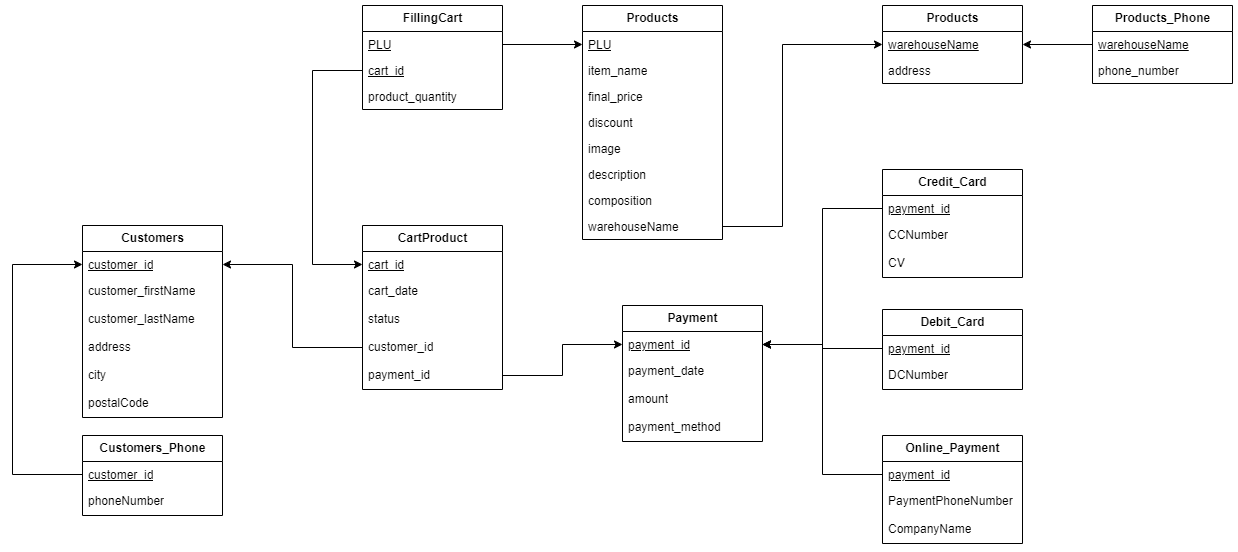
wargabasdat/Seleksi-2023-Tugas-1 keeps this draw.io diagram as Data Storing/design/Relational Diagram Indomaret.drawio.png. Above is the earlier version. Source tidied: cells renumbered, new cells last; positions are measured from the earlier drawing's top-left corner, leaving out a move shared by most shapes.
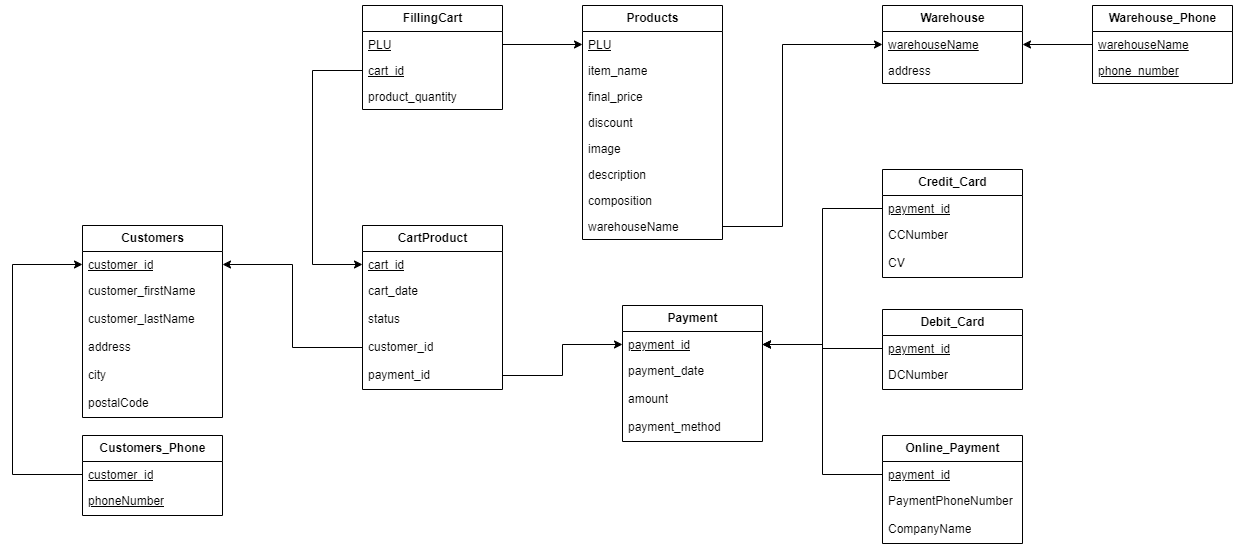
After the commit.

Change to the diagram source:
```diff
@@ -29,7 +29,7 @@
     <mxCell id="10" value="warehouseName" style="text;strokeColor=none;fillColor=none;align=left;verticalAlign=top;spacingLeft=4;spacingRight=4;overflow=hidden;points=[[0,0.5],[1,0.5]];portConstraint=eastwest;whiteSpace=wrap;html=1;" parent="2" vertex="1">
       <mxGeometry y="208" width="140" height="26" as="geometry" />
     </mxCell>
-    <mxCell id="11" value="&lt;b&gt;Products&lt;/b&gt;" style="swimlane;fontStyle=0;horizontal=1;startSize=26;fillColor=none;html=1;" parent="1" vertex="1">
+    <mxCell id="11" value="&lt;b&gt;Warehouse&lt;/b&gt;" style="swimlane;fontStyle=0;horizontal=1;startSize=26;fillColor=none;html=1;" parent="1" vertex="1">
       <mxGeometry x="870" width="140" height="78" as="geometry" />
     </mxCell>
     <mxCell id="12" value="&lt;u&gt;warehouseName&lt;/u&gt;" style="text;strokeColor=none;fillColor=none;align=left;verticalAlign=top;spacingLeft=4;spacingRight=4;overflow=hidden;points=[[0,0.5],[1,0.5]];portConstraint=eastwest;whiteSpace=wrap;html=1;" parent="11" vertex="1">
@@ -38,13 +38,13 @@
     <mxCell id="13" value="address" style="text;strokeColor=none;fillColor=none;align=left;verticalAlign=top;spacingLeft=4;spacingRight=4;overflow=hidden;whiteSpace=wrap;html=1;" parent="11" vertex="1">
       <mxGeometry y="52" width="140" height="26" as="geometry" />
     </mxCell>
-    <mxCell id="14" value="&lt;b&gt;Products_Phone&lt;/b&gt;" style="swimlane;fontStyle=0;horizontal=1;startSize=26;fillColor=none;html=1;" parent="1" vertex="1">
+    <mxCell id="14" value="&lt;b&gt;Warehouse_Phone&lt;/b&gt;" style="swimlane;fontStyle=0;horizontal=1;startSize=26;fillColor=none;html=1;" parent="1" vertex="1">
       <mxGeometry x="1080" width="140" height="78" as="geometry" />
     </mxCell>
     <mxCell id="15" value="&lt;u&gt;warehouseName&lt;/u&gt;" style="text;strokeColor=none;fillColor=none;align=left;verticalAlign=top;spacingLeft=4;spacingRight=4;overflow=hidden;points=[[0,0.5],[1,0.5]];portConstraint=eastwest;whiteSpace=wrap;html=1;" parent="14" vertex="1">
       <mxGeometry y="26" width="140" height="26" as="geometry" />
     </mxCell>
-    <mxCell id="16" value="phone_number" style="text;strokeColor=none;fillColor=none;align=left;verticalAlign=top;spacingLeft=4;spacingRight=4;overflow=hidden;whiteSpace=wrap;html=1;" parent="14" vertex="1">
+    <mxCell id="16" value="&lt;u&gt;phone_number&lt;/u&gt;" style="text;strokeColor=none;fillColor=none;align=left;verticalAlign=top;spacingLeft=4;spacingRight=4;overflow=hidden;whiteSpace=wrap;html=1;" parent="14" vertex="1">
       <mxGeometry y="52" width="140" height="26" as="geometry" />
     </mxCell>
     <mxCell id="17" value="&lt;b&gt;FillingCart&lt;/b&gt;" style="swimlane;fontStyle=0;horizontal=1;startSize=26;fillColor=none;html=1;" parent="1" vertex="1">
@@ -104,7 +104,7 @@
     <mxCell id="35" value="&lt;u&gt;customer_id&lt;/u&gt;" style="text;strokeColor=none;fillColor=none;align=left;verticalAlign=top;spacingLeft=4;spacingRight=4;overflow=hidden;points=[[0,0.5],[1,0.5]];portConstraint=eastwest;whiteSpace=wrap;html=1;" parent="34" vertex="1">
       <mxGeometry y="26" width="140" height="26" as="geometry" />
     </mxCell>
-    <mxCell id="36" value="phoneNumber" style="text;strokeColor=none;fillColor=none;align=left;verticalAlign=top;spacingLeft=4;spacingRight=4;overflow=hidden;whiteSpace=wrap;html=1;" parent="34" vertex="1">
+    <mxCell id="36" value="&lt;u&gt;phoneNumber&lt;/u&gt;" style="text;strokeColor=none;fillColor=none;align=left;verticalAlign=top;spacingLeft=4;spacingRight=4;overflow=hidden;whiteSpace=wrap;html=1;" parent="34" vertex="1">
       <mxGeometry y="52" width="140" height="28" as="geometry" />
     </mxCell>
     <mxCell id="37" value="&lt;b&gt;Payment&lt;/b&gt;" style="swimlane;fontStyle=0;horizontal=1;startSize=26;fillColor=none;html=1;" parent="1" vertex="1">
```
